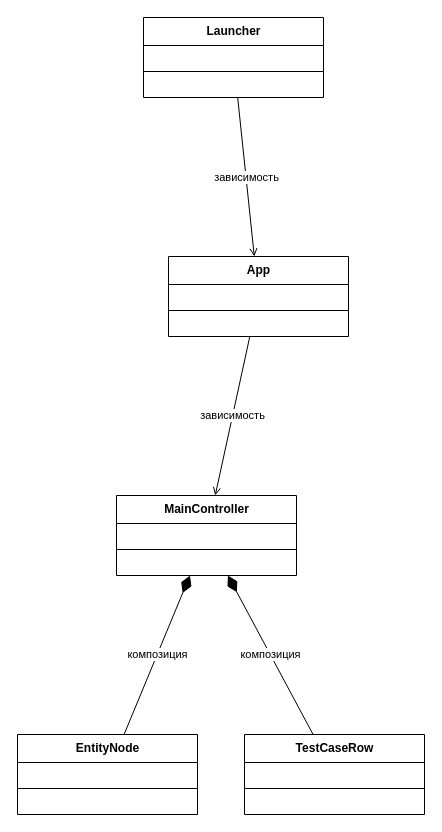
This is page "Рис.31 UI (уточнённая)" (2 of 18) of VKR_class_diagrams.drawio from nastolbov/diplom23, a draw.io file, before an edit. Source tidied: cells renumbered, new cells numbered last; positions are measured from the earlier drawing's top-left corner, leaving out a move shared by most shapes. Both pictures are drawn from the tidied source at 100%, with x=0, y=0 at pixel (17, 17).
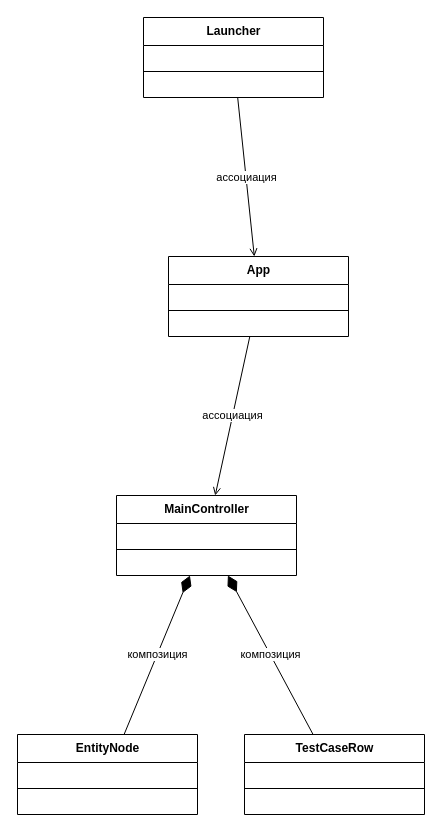
The same page after the edit.

Commit message (it also covers changes not shown here):
Rename relationship label «зависимость» -> «ассоциация» on refined diagrams

Unchanged cells that the change refers to:
```xml
<mxCell id="2" value="Launcher" style="swimlane;html=1;fontStyle=1;align=center;verticalAlign=top;horizontal=1;startSize=28;" parent="1" vertex="1">
  <mxGeometry x="126" width="180" height="80" as="geometry" />
</mxCell>
<mxCell id="6" value="App" style="swimlane;html=1;fontStyle=1;align=center;verticalAlign=top;horizontal=1;startSize=28;" parent="1" vertex="1">
  <mxGeometry x="151" y="239" width="180" height="80" as="geometry" />
</mxCell>
<mxCell id="10" value="MainController" style="swimlane;html=1;fontStyle=1;align=center;verticalAlign=top;horizontal=1;startSize=28;" parent="1" vertex="1">
  <mxGeometry x="99" y="478" width="180" height="80" as="geometry" />
</mxCell>
```

The edit, as a diff of the source:
```diff
@@
-    <mxCell id="22" value="зависимость" style="html=1;endArrow=open;startArrow=none;rounded=0;" parent="1" edge="1" source="2" target="6">
+    <mxCell id="22" value="ассоциация" style="html=1;endArrow=open;startArrow=none;rounded=0;" parent="1" edge="1" source="2" target="6">
       <mxGeometry relative="1" as="geometry" />
     </mxCell>
-    <mxCell id="23" value="зависимость" style="html=1;endArrow=open;startArrow=none;rounded=0;" parent="1" edge="1" source="6" target="10">
+    <mxCell id="23" value="ассоциация" style="html=1;endArrow=open;startArrow=none;rounded=0;" parent="1" edge="1" source="6" target="10">
       <mxGeometry relative="1" as="geometry" />
     </mxCell>
```
